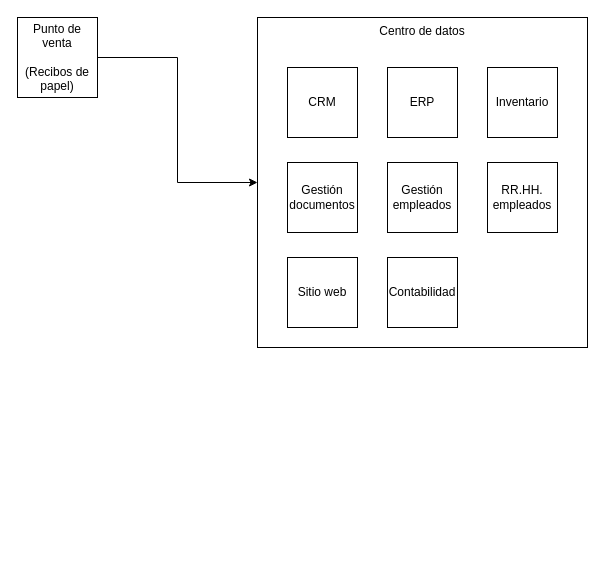
Before: integr_architecture/proyecto_3/ActualContext.drawio in ljpiere/class_notes, a draw.io diagram. Source tidied: cells renumbered, new cells numbered last; positions are measured from the earlier drawing's top-left corner, leaving out a move shared by most shapes. Both pictures are drawn from the tidied source at 100%, with x=0, y=0 at pixel (17, 17).
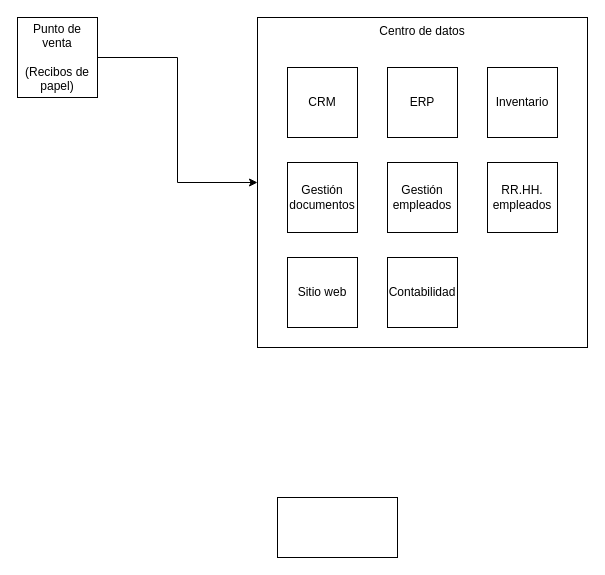
Above is the later version.

Change to the diagram source:
```diff
@@
 <mxGraphModel>
   <root>
     <mxCell id="0" />
     <mxCell id="1" parent="0" />
     <mxCell id="2" value="Centro de datos&lt;div&gt;&lt;br&gt;&lt;/div&gt;&lt;div&gt;&lt;br&gt;&lt;/div&gt;&lt;div&gt;&lt;br&gt;&lt;/div&gt;&lt;div&gt;&lt;br&gt;&lt;/div&gt;&lt;div&gt;&lt;br&gt;&lt;/div&gt;&lt;div&gt;&lt;br&gt;&lt;/div&gt;&lt;div&gt;&lt;br&gt;&lt;/div&gt;&lt;div&gt;&lt;br&gt;&lt;/div&gt;&lt;div&gt;&lt;br&gt;&lt;/div&gt;&lt;div&gt;&lt;br&gt;&lt;/div&gt;&lt;div&gt;&lt;br&gt;&lt;/div&gt;&lt;div&gt;&lt;br&gt;&lt;/div&gt;&lt;div&gt;&lt;br&gt;&lt;/div&gt;&lt;div&gt;&lt;br&gt;&lt;/div&gt;&lt;div&gt;&lt;br&gt;&lt;/div&gt;&lt;div&gt;&lt;br&gt;&lt;/div&gt;&lt;div&gt;&lt;br&gt;&lt;/div&gt;&lt;div&gt;&lt;br&gt;&lt;/div&gt;&lt;div&gt;&lt;br&gt;&lt;/div&gt;&lt;div&gt;&lt;br&gt;&lt;/div&gt;&lt;div&gt;&lt;br&gt;&lt;/div&gt;" style="whiteSpace=wrap;html=1;" parent="1" vertex="1">
       <mxGeometry x="240" width="330" height="330" as="geometry" />
     </mxCell>
     <mxCell id="3" style="edgeStyle=orthogonalEdgeStyle;rounded=0;jettySize=auto;html=1;exitX=1;exitY=0.5;exitDx=0;exitDy=0;entryX=0;entryY=0.5;entryDx=0;entryDy=0;" parent="1" edge="1" source="4" target="2">
       <mxGeometry relative="1" as="geometry" />
     </mxCell>
     <mxCell id="4" value="Punto de venta&lt;div&gt;&lt;br&gt;&lt;/div&gt;&lt;div&gt;(Recibos de papel)&lt;/div&gt;" style="whiteSpace=wrap;html=1;" parent="1" vertex="1">
       <mxGeometry width="80" height="80" as="geometry" />
     </mxCell>
     <mxCell id="5" value="CRM" style="whiteSpace=wrap;html=1;" parent="1" vertex="1">
       <mxGeometry x="270" y="50" width="70" height="70" as="geometry" />
     </mxCell>
     <mxCell id="6" value="ERP" style="whiteSpace=wrap;html=1;" parent="1" vertex="1">
       <mxGeometry x="370" y="50" width="70" height="70" as="geometry" />
     </mxCell>
     <mxCell id="7" value="Inventario" style="whiteSpace=wrap;html=1;" parent="1" vertex="1">
       <mxGeometry x="470" y="50" width="70" height="70" as="geometry" />
     </mxCell>
     <mxCell id="8" value="Gestión documentos" style="whiteSpace=wrap;html=1;" parent="1" vertex="1">
       <mxGeometry x="270" y="145" width="70" height="70" as="geometry" />
     </mxCell>
     <mxCell id="9" value="Gestión empleados" style="whiteSpace=wrap;html=1;" parent="1" vertex="1">
       <mxGeometry x="370" y="145" width="70" height="70" as="geometry" />
     </mxCell>
     <mxCell id="10" value="RR.HH. empleados" style="whiteSpace=wrap;html=1;" parent="1" vertex="1">
       <mxGeometry x="470" y="145" width="70" height="70" as="geometry" />
     </mxCell>
     <mxCell id="11" value="Sitio web" style="whiteSpace=wrap;html=1;" parent="1" vertex="1">
       <mxGeometry x="270" y="240" width="70" height="70" as="geometry" />
     </mxCell>
     <mxCell id="12" value="Contabilidad" style="whiteSpace=wrap;html=1;" parent="1" vertex="1">
       <mxGeometry x="370" y="240" width="70" height="70" as="geometry" />
     </mxCell>
+    <mxCell id="13" style="rounded=0;whiteSpace=wrap;html=1;" parent="1" vertex="1">
+      <mxGeometry x="260" y="480" width="120" height="60" as="geometry" />
+    </mxCell>
   </root>
 </mxGraphModel>
```
